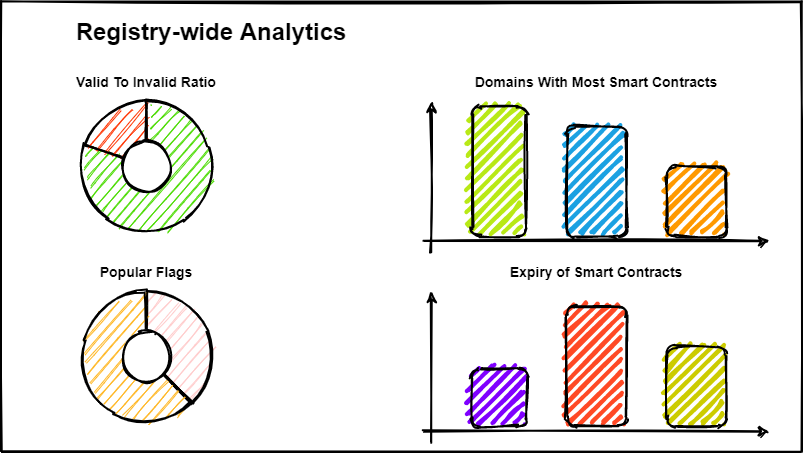
The draw.io diagram src/landingPage/assets/images/analytics.png in TeSC-app/TeSC-Frontend-New, before a commit. Source tidied: cells renumbered, new cells last; positions are measured from the earlier drawing's top-left corner, leaving out a move shared by most shapes.
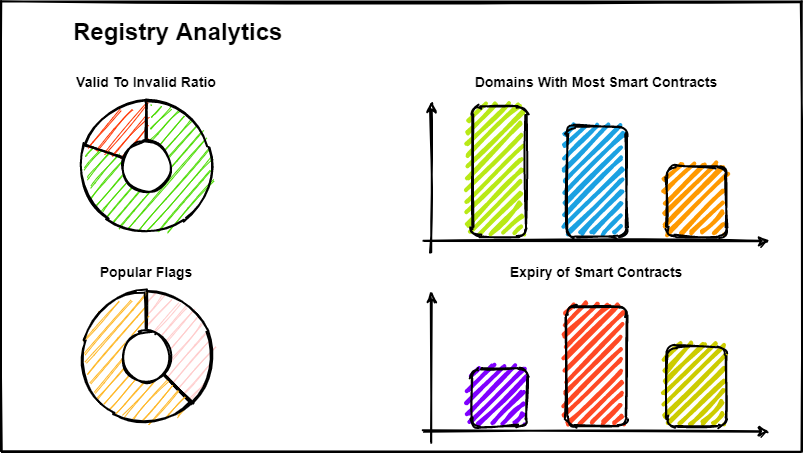
The same diagram one commit later.

Commit message:
Minor image changes, rename to registry analytics on landing page

Diff of the diagram source:
```diff
@@ -53,7 +53,7 @@
     <mxCell id="12" style="verticalLabelPosition=bottom;verticalAlign=top;html=1;shape=mxgraph.basic.pie;endAngle=0;startAngle=0.8051130502332454;sketch=1;strokeWidth=2;fillColor=#FF3503;" parent="1" vertex="1">
       <mxGeometry x="80" y="100" width="130" height="130" as="geometry" />
     </mxCell>
-    <mxCell id="13" value="&lt;font style=&quot;font-size: 24px&quot;&gt;&lt;b&gt;Registry-wide Analytics&lt;/b&gt;&lt;/font&gt;" style="text;html=1;strokeColor=none;fillColor=none;align=center;verticalAlign=middle;whiteSpace=wrap;rounded=0;" parent="1" vertex="1">
+    <mxCell id="13" value="&lt;font style=&quot;font-size: 24px&quot;&gt;&lt;b&gt;Registry Analytics&lt;/b&gt;&lt;/font&gt;" style="text;html=1;strokeColor=none;fillColor=none;align=left;verticalAlign=middle;whiteSpace=wrap;rounded=0;" parent="1" vertex="1">
       <mxGeometry x="70" y="20" width="280" height="20" as="geometry" />
     </mxCell>
     <mxCell id="14" style="verticalLabelPosition=bottom;verticalAlign=top;html=1;shape=mxgraph.basic.pie;startAngle=0;endAngle=0.375;sketch=1;strokeWidth=2;fillColor=#FFCCCC;" parent="1" vertex="1">
```
